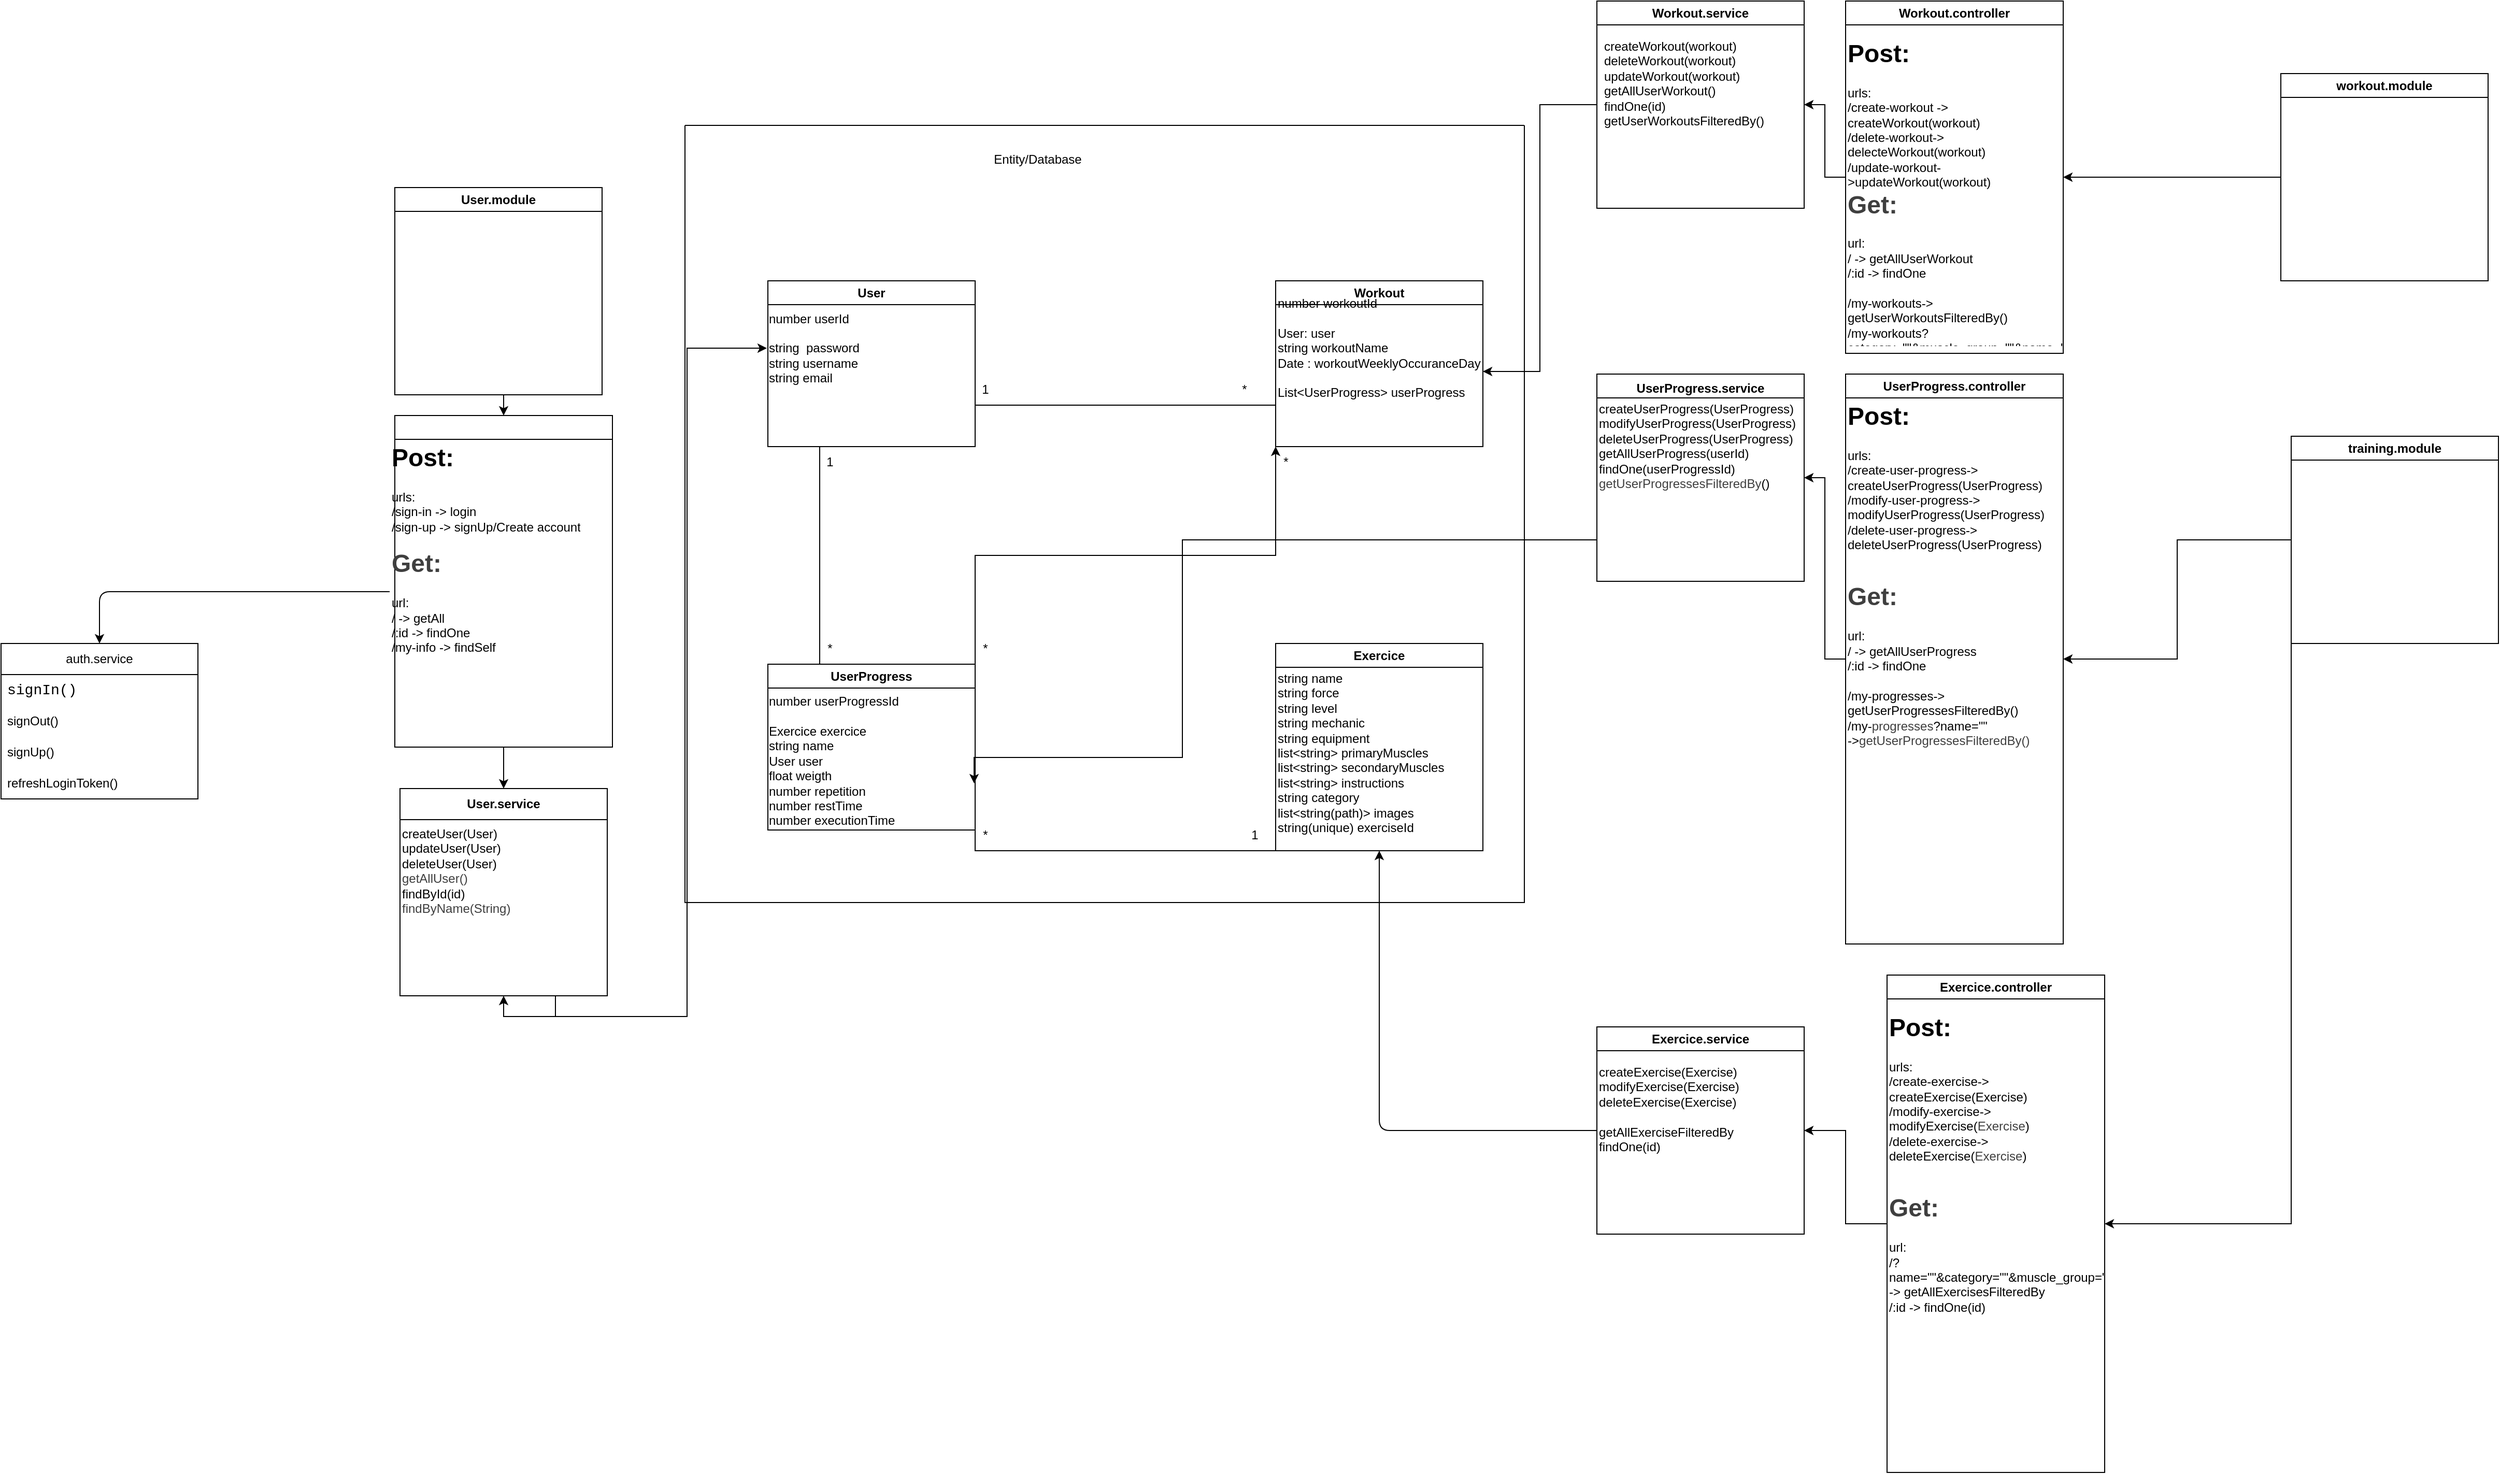
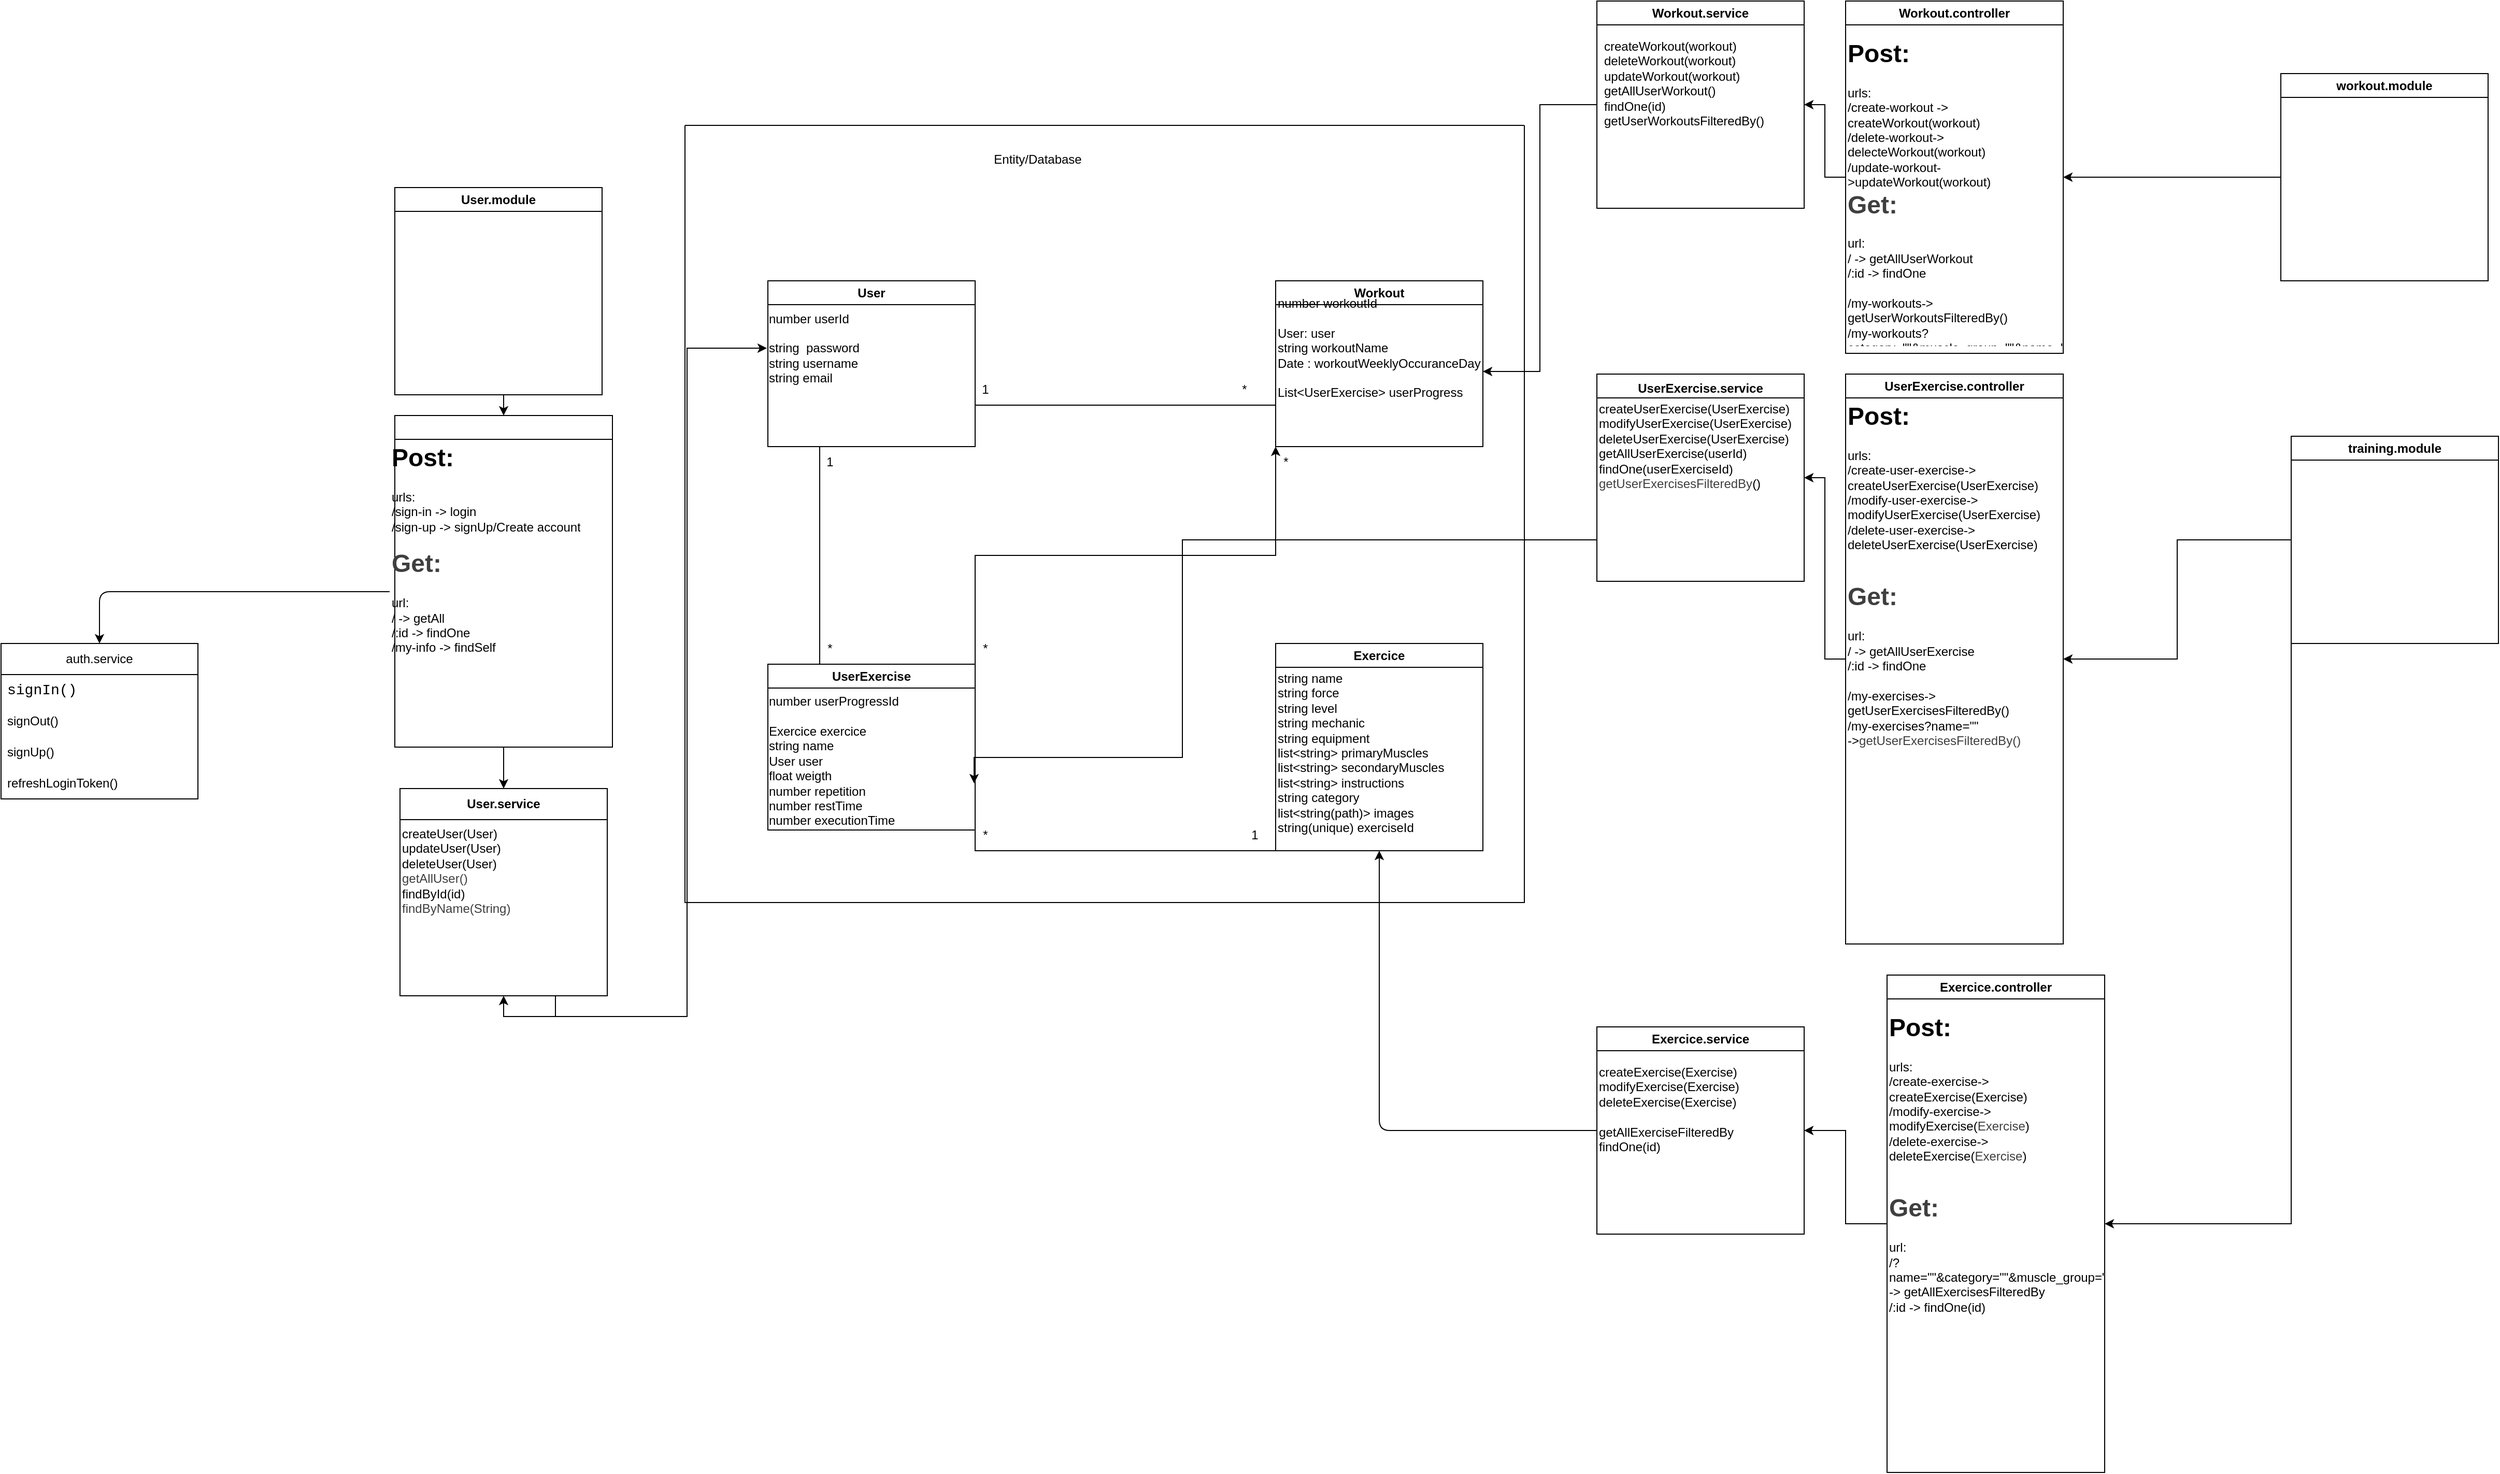
<mxfile host="65bd71144e" pages="2">
    <diagram name="diagramme de classe" id="f1yAM5DfKGLaTx1Gfc8v">
-         <mxGraphModel dx="2232" dy="2621" grid="1" gridSize="10" guides="1" tooltips="1" connect="1" arrows="1" fold="1" page="1" pageScale="1" pageWidth="850" pageHeight="1100" background="#FFFFFF" math="0" shadow="0">
+         <mxGraphModel dx="2241" dy="2684" grid="1" gridSize="10" guides="1" tooltips="1" connect="1" arrows="1" fold="1" page="1" pageScale="1" pageWidth="850" pageHeight="1100" background="#FFFFFF" math="0" shadow="0">
            <root>
                <mxCell id="0"/>
                <mxCell id="1" parent="0"/>
                <mxCell id="54ykkY1KujX23bqlJ3_W-41" style="edgeStyle=orthogonalEdgeStyle;rounded=0;orthogonalLoop=1;jettySize=auto;html=1;exitX=0.25;exitY=1;exitDx=0;exitDy=0;entryX=0.25;entryY=0;entryDx=0;entryDy=0;endArrow=none;endFill=0;" parent="1" source="54ykkY1KujX23bqlJ3_W-2" target="54ykkY1KujX23bqlJ3_W-24" edge="1">
                    <mxGeometry relative="1" as="geometry"/>
                </mxCell>
                <mxCell id="54ykkY1KujX23bqlJ3_W-2" value="User" style="swimlane;whiteSpace=wrap;html=1;" parent="1" vertex="1">
                    <mxGeometry x="-730" y="-1910" width="200" height="160" as="geometry"/>
                </mxCell>
                <mxCell id="54ykkY1KujX23bqlJ3_W-21" value="number userId&lt;div&gt;&lt;br&gt;&lt;/div&gt;&lt;div&gt;string&amp;nbsp; password&lt;/div&gt;&lt;div&gt;string username&lt;/div&gt;&lt;div&gt;string email&lt;/div&gt;" style="text;html=1;whiteSpace=wrap;strokeColor=none;fillColor=none;align=left;verticalAlign=middle;rounded=0;" parent="54ykkY1KujX23bqlJ3_W-2" vertex="1">
                    <mxGeometry x="-1" y="20" width="200" height="90" as="geometry"/>
                </mxCell>
                <mxCell id="54ykkY1KujX23bqlJ3_W-38" style="edgeStyle=orthogonalEdgeStyle;rounded=0;orthogonalLoop=1;jettySize=auto;html=1;exitX=0;exitY=0.75;exitDx=0;exitDy=0;entryX=1;entryY=0.75;entryDx=0;entryDy=0;endArrow=none;endFill=0;" parent="1" source="54ykkY1KujX23bqlJ3_W-22" target="54ykkY1KujX23bqlJ3_W-2" edge="1">
                    <mxGeometry relative="1" as="geometry"/>
                </mxCell>
                <mxCell id="54ykkY1KujX23bqlJ3_W-22" value="Workout" style="swimlane;whiteSpace=wrap;html=1;" parent="1" vertex="1">
                    <mxGeometry x="-240" y="-1910" width="200" height="160" as="geometry"/>
                </mxCell>
                <mxCell id="54ykkY1KujX23bqlJ3_W-35" style="edgeStyle=orthogonalEdgeStyle;rounded=0;orthogonalLoop=1;jettySize=auto;html=1;exitX=1;exitY=1;exitDx=0;exitDy=0;entryX=0;entryY=1;entryDx=0;entryDy=0;endArrow=none;endFill=0;" parent="1" source="54ykkY1KujX23bqlJ3_W-24" target="54ykkY1KujX23bqlJ3_W-26" edge="1">
                    <mxGeometry relative="1" as="geometry"/>
                </mxCell>
                <mxCell id="IGrDSQsmr267pbq8MyPN-1" style="edgeStyle=orthogonalEdgeStyle;rounded=0;orthogonalLoop=1;jettySize=auto;html=1;exitX=1;exitY=0;exitDx=0;exitDy=0;entryX=0;entryY=1;entryDx=0;entryDy=0;" parent="1" source="54ykkY1KujX23bqlJ3_W-24" target="54ykkY1KujX23bqlJ3_W-22" edge="1">
                    <mxGeometry relative="1" as="geometry"/>
                </mxCell>
-                 <mxCell id="54ykkY1KujX23bqlJ3_W-24" value="UserProgress" style="swimlane;whiteSpace=wrap;html=1;" parent="1" vertex="1">
+                 <mxCell id="54ykkY1KujX23bqlJ3_W-24" value="UserExercise" style="swimlane;whiteSpace=wrap;html=1;" parent="1" vertex="1">
                    <mxGeometry x="-730" y="-1540" width="200" height="160" as="geometry"/>
                </mxCell>
                <mxCell id="54ykkY1KujX23bqlJ3_W-36" value="*" style="text;html=1;whiteSpace=wrap;strokeColor=none;fillColor=none;align=center;verticalAlign=middle;rounded=0;" parent="1" vertex="1">
                    <mxGeometry x="-550" y="-1390" width="60" height="30" as="geometry"/>
                </mxCell>
                <mxCell id="54ykkY1KujX23bqlJ3_W-37" value="1" style="text;html=1;whiteSpace=wrap;strokeColor=none;fillColor=none;align=center;verticalAlign=middle;rounded=0;" parent="1" vertex="1">
                    <mxGeometry x="-290" y="-1390" width="60" height="30" as="geometry"/>
                </mxCell>
                <mxCell id="54ykkY1KujX23bqlJ3_W-39" value="*" style="text;html=1;whiteSpace=wrap;strokeColor=none;fillColor=none;align=center;verticalAlign=middle;rounded=0;" parent="1" vertex="1">
                    <mxGeometry x="-300" y="-1820" width="60" height="30" as="geometry"/>
                </mxCell>
                <mxCell id="54ykkY1KujX23bqlJ3_W-40" value="1" style="text;html=1;whiteSpace=wrap;strokeColor=none;fillColor=none;align=center;verticalAlign=middle;rounded=0;" parent="1" vertex="1">
                    <mxGeometry x="-550" y="-1820" width="60" height="30" as="geometry"/>
                </mxCell>
                <mxCell id="54ykkY1KujX23bqlJ3_W-42" value="1" style="text;html=1;whiteSpace=wrap;strokeColor=none;fillColor=none;align=center;verticalAlign=middle;rounded=0;" parent="1" vertex="1">
                    <mxGeometry x="-700" y="-1750" width="60" height="30" as="geometry"/>
                </mxCell>
                <mxCell id="54ykkY1KujX23bqlJ3_W-43" value="*" style="text;html=1;whiteSpace=wrap;strokeColor=none;fillColor=none;align=center;verticalAlign=middle;rounded=0;" parent="1" vertex="1">
                    <mxGeometry x="-700" y="-1570" width="60" height="30" as="geometry"/>
                </mxCell>
                <mxCell id="IGrDSQsmr267pbq8MyPN-2" value="*" style="text;html=1;whiteSpace=wrap;strokeColor=none;fillColor=none;align=center;verticalAlign=middle;rounded=0;" parent="1" vertex="1">
                    <mxGeometry x="-550" y="-1570" width="60" height="30" as="geometry"/>
                </mxCell>
                <mxCell id="IGrDSQsmr267pbq8MyPN-3" value="*" style="text;html=1;whiteSpace=wrap;strokeColor=none;fillColor=none;align=center;verticalAlign=middle;rounded=0;" parent="1" vertex="1">
                    <mxGeometry x="-260" y="-1750" width="60" height="30" as="geometry"/>
                </mxCell>
                <mxCell id="rP29Da8wknlB-ixG0lde-15" style="edgeStyle=orthogonalEdgeStyle;rounded=0;orthogonalLoop=1;jettySize=auto;html=1;exitX=0.5;exitY=1;exitDx=0;exitDy=0;entryX=0.5;entryY=0;entryDx=0;entryDy=0;" parent="1" source="rP29Da8wknlB-ixG0lde-6" target="rP29Da8wknlB-ixG0lde-9" edge="1">
                    <mxGeometry relative="1" as="geometry"/>
                </mxCell>
                <mxCell id="rP29Da8wknlB-ixG0lde-6" value="User.module" style="swimlane;whiteSpace=wrap;html=1;" parent="1" vertex="1">
                    <mxGeometry x="-1090" y="-2000" width="200" height="200" as="geometry"/>
                </mxCell>
                <mxCell id="DawH9yrtN17S0lsIlcgT-5" style="edgeStyle=orthogonalEdgeStyle;rounded=0;orthogonalLoop=1;jettySize=auto;html=1;exitX=0;exitY=0.5;exitDx=0;exitDy=0;entryX=1;entryY=0.5;entryDx=0;entryDy=0;" parent="1" source="rP29Da8wknlB-ixG0lde-7" target="DawH9yrtN17S0lsIlcgT-2" edge="1">
                    <mxGeometry relative="1" as="geometry"/>
                </mxCell>
                <mxCell id="DawH9yrtN17S0lsIlcgT-6" style="edgeStyle=orthogonalEdgeStyle;rounded=0;orthogonalLoop=1;jettySize=auto;html=1;exitX=0;exitY=1;exitDx=0;exitDy=0;entryX=1;entryY=0.5;entryDx=0;entryDy=0;" parent="1" source="rP29Da8wknlB-ixG0lde-7" target="DawH9yrtN17S0lsIlcgT-3" edge="1">
                    <mxGeometry relative="1" as="geometry"/>
                </mxCell>
                <mxCell id="rP29Da8wknlB-ixG0lde-7" value="&lt;div&gt;training.module&lt;/div&gt;" style="swimlane;whiteSpace=wrap;html=1;" parent="1" vertex="1">
                    <mxGeometry x="740" y="-1760" width="200" height="200" as="geometry"/>
                </mxCell>
                <mxCell id="rP29Da8wknlB-ixG0lde-17" style="edgeStyle=orthogonalEdgeStyle;rounded=0;orthogonalLoop=1;jettySize=auto;html=1;exitX=0.5;exitY=1;exitDx=0;exitDy=0;entryX=0.5;entryY=0;entryDx=0;entryDy=0;" parent="1" source="rP29Da8wknlB-ixG0lde-9" target="rP29Da8wknlB-ixG0lde-10" edge="1">
                    <mxGeometry relative="1" as="geometry"/>
                </mxCell>
                <mxCell id="rP29Da8wknlB-ixG0lde-9" value="" style="swimlane;whiteSpace=wrap;html=1;" parent="1" vertex="1">
                    <mxGeometry x="-1090" y="-1780" width="210" height="320" as="geometry"/>
                </mxCell>
-                 <mxCell id="19" value="&lt;h1 style=&quot;margin-top: 0px;&quot;&gt;Post:&lt;/h1&gt;&lt;div&gt;urls:&amp;nbsp;&lt;/div&gt;&lt;div&gt;/sign-in -&amp;gt; login&lt;/div&gt;&lt;div&gt;/sign-up -&amp;gt; signUp/Create account&lt;/div&gt;&lt;div&gt;&lt;br&gt;&lt;/div&gt;&lt;div&gt;&lt;h1 style=&quot;color: rgb(63, 63, 63); scrollbar-color: rgb(226, 226, 226) rgb(251, 251, 251); margin-top: 0px;&quot;&gt;Get:&lt;/h1&gt;&lt;/div&gt;&lt;div&gt;url:&lt;/div&gt;&lt;div&gt;/ -&amp;gt; getAll&lt;/div&gt;&lt;div&gt;/:id -&amp;gt; findOne&lt;/div&gt;&lt;div&gt;/my-info -&amp;gt; findSelf&lt;/div&gt;" style="text;html=1;whiteSpace=wrap;overflow=hidden;rounded=0;" vertex="1" parent="rP29Da8wknlB-ixG0lde-9">
+                 <mxCell id="19" value="&lt;h1 style=&quot;margin-top: 0px;&quot;&gt;Post:&lt;/h1&gt;&lt;div&gt;urls:&amp;nbsp;&lt;/div&gt;&lt;div&gt;/sign-in -&amp;gt; login&lt;/div&gt;&lt;div&gt;/sign-up -&amp;gt; signUp/Create account&lt;/div&gt;&lt;div&gt;&lt;br&gt;&lt;/div&gt;&lt;div&gt;&lt;h1 style=&quot;color: rgb(63, 63, 63); scrollbar-color: rgb(226, 226, 226) rgb(251, 251, 251); margin-top: 0px;&quot;&gt;Get:&lt;/h1&gt;&lt;/div&gt;&lt;div&gt;url:&lt;/div&gt;&lt;div&gt;/ -&amp;gt; getAll&lt;/div&gt;&lt;div&gt;/:id -&amp;gt; findOne&lt;/div&gt;&lt;div&gt;/my-info -&amp;gt; findSelf&lt;/div&gt;" style="text;html=1;whiteSpace=wrap;overflow=hidden;rounded=0;" parent="rP29Da8wknlB-ixG0lde-9" vertex="1">
                    <mxGeometry x="-5" y="20" width="210" height="300" as="geometry"/>
                </mxCell>
                <mxCell id="rP29Da8wknlB-ixG0lde-13" style="edgeStyle=orthogonalEdgeStyle;rounded=0;orthogonalLoop=1;jettySize=auto;html=1;exitX=0.75;exitY=1;exitDx=0;exitDy=0;entryX=0;entryY=0.5;entryDx=0;entryDy=0;" parent="1" source="rP29Da8wknlB-ixG0lde-10" target="54ykkY1KujX23bqlJ3_W-21" edge="1">
                    <mxGeometry relative="1" as="geometry"/>
                </mxCell>
                <mxCell id="rP29Da8wknlB-ixG0lde-10" value="User.service" style="swimlane;whiteSpace=wrap;html=1;startSize=30;" parent="1" vertex="1">
                    <mxGeometry x="-1085" y="-1420" width="200" height="200" as="geometry"/>
                </mxCell>
-                 <mxCell id="9" value="createUser(User)&lt;div&gt;&lt;font color=&quot;#000000&quot;&gt;updateUser(User)&lt;/font&gt;&lt;/div&gt;&lt;div&gt;&lt;font color=&quot;#000000&quot;&gt;deleteUser(User)&lt;/font&gt;&lt;/div&gt;&lt;div&gt;&lt;div style=&quot;color: rgb(63, 63, 63); scrollbar-color: rgb(226, 226, 226) rgb(251, 251, 251);&quot;&gt;getAllUser()&lt;/div&gt;&lt;div&gt;findById(id)&lt;/div&gt;&lt;div&gt;&lt;span style=&quot;color: rgb(63, 63, 63); background-color: transparent;&quot;&gt;findByName(String)&lt;/span&gt;&lt;/div&gt;&lt;div&gt;&lt;br&gt;&lt;/div&gt;&lt;/div&gt;" style="text;html=1;align=left;verticalAlign=top;whiteSpace=wrap;rounded=0;" vertex="1" parent="rP29Da8wknlB-ixG0lde-10">
+                 <mxCell id="9" value="createUser(User)&lt;div&gt;&lt;font color=&quot;#000000&quot;&gt;updateUser(User)&lt;/font&gt;&lt;/div&gt;&lt;div&gt;&lt;font color=&quot;#000000&quot;&gt;deleteUser(User)&lt;/font&gt;&lt;/div&gt;&lt;div&gt;&lt;div style=&quot;color: rgb(63, 63, 63); scrollbar-color: rgb(226, 226, 226) rgb(251, 251, 251);&quot;&gt;getAllUser()&lt;/div&gt;&lt;div&gt;findById(id)&lt;/div&gt;&lt;div&gt;&lt;span style=&quot;color: rgb(63, 63, 63); background-color: transparent;&quot;&gt;findByName(String)&lt;/span&gt;&lt;/div&gt;&lt;div&gt;&lt;br&gt;&lt;/div&gt;&lt;/div&gt;" style="text;html=1;align=left;verticalAlign=top;whiteSpace=wrap;rounded=0;" parent="rP29Da8wknlB-ixG0lde-10" vertex="1">
                    <mxGeometry y="30" width="200" height="170" as="geometry"/>
                </mxCell>
                <mxCell id="rP29Da8wknlB-ixG0lde-14" style="edgeStyle=orthogonalEdgeStyle;rounded=0;orthogonalLoop=1;jettySize=auto;html=1;exitX=0.75;exitY=1;exitDx=0;exitDy=0;entryX=0.5;entryY=1;entryDx=0;entryDy=0;" parent="1" source="rP29Da8wknlB-ixG0lde-10" target="rP29Da8wknlB-ixG0lde-10" edge="1">
                    <mxGeometry relative="1" as="geometry"/>
                </mxCell>
                <mxCell id="DawH9yrtN17S0lsIlcgT-12" style="edgeStyle=orthogonalEdgeStyle;rounded=0;orthogonalLoop=1;jettySize=auto;html=1;exitX=0;exitY=0.5;exitDx=0;exitDy=0;entryX=1;entryY=0.5;entryDx=0;entryDy=0;" parent="1" source="DawH9yrtN17S0lsIlcgT-1" target="DawH9yrtN17S0lsIlcgT-7" edge="1">
                    <mxGeometry relative="1" as="geometry"/>
                </mxCell>
                <mxCell id="DawH9yrtN17S0lsIlcgT-1" value="&lt;div&gt;Workout.controller&lt;/div&gt;" style="swimlane;whiteSpace=wrap;html=1;" parent="1" vertex="1">
                    <mxGeometry x="310" y="-2180" width="210" height="340" as="geometry"/>
                </mxCell>
-                 <mxCell id="24" value="&lt;h1 style=&quot;margin-top: 0px;&quot;&gt;Post:&lt;/h1&gt;&lt;div&gt;urls:&amp;nbsp;&lt;/div&gt;&lt;div&gt;/create-workout -&amp;gt; createWorkout(workout)&lt;/div&gt;&lt;div&gt;/delete-workout-&amp;gt;&lt;/div&gt;&lt;div&gt;delecteWorkout(workout)&lt;/div&gt;&lt;div&gt;/update-workout-&amp;gt;updateWorkout(workout)&lt;/div&gt;&lt;div&gt;&lt;h1 style=&quot;color: rgb(63, 63, 63); scrollbar-color: rgb(226, 226, 226) rgb(251, 251, 251); margin-top: 0px;&quot;&gt;Get:&lt;/h1&gt;&lt;/div&gt;&lt;div&gt;url:&lt;/div&gt;&lt;div&gt;/ -&amp;gt; getAllUserWorkout&lt;/div&gt;&lt;div&gt;/:id -&amp;gt; findOne&lt;/div&gt;&lt;div&gt;&lt;br&gt;&lt;/div&gt;&lt;div&gt;/my-workouts-&amp;gt; getUserWorkoutsFilteredBy()&lt;/div&gt;&lt;div&gt;/my-workouts?category=&quot;&quot;&amp;amp;muscle_group=&quot;&quot;&amp;amp;name=&quot;&quot;&lt;/div&gt;&lt;div&gt;-&amp;gt;&lt;span style=&quot;color: rgb(63, 63, 63); background-color: transparent;&quot;&gt;getUserWorkoutsFilteredBy()&lt;/span&gt;&lt;/div&gt;" style="text;html=1;whiteSpace=wrap;overflow=hidden;rounded=0;" vertex="1" parent="DawH9yrtN17S0lsIlcgT-1">
+                 <mxCell id="24" value="&lt;h1 style=&quot;margin-top: 0px;&quot;&gt;Post:&lt;/h1&gt;&lt;div&gt;urls:&amp;nbsp;&lt;/div&gt;&lt;div&gt;/create-workout -&amp;gt; createWorkout(workout)&lt;/div&gt;&lt;div&gt;/delete-workout-&amp;gt;&lt;/div&gt;&lt;div&gt;delecteWorkout(workout)&lt;/div&gt;&lt;div&gt;/update-workout-&amp;gt;updateWorkout(workout)&lt;/div&gt;&lt;div&gt;&lt;h1 style=&quot;color: rgb(63, 63, 63); scrollbar-color: rgb(226, 226, 226) rgb(251, 251, 251); margin-top: 0px;&quot;&gt;Get:&lt;/h1&gt;&lt;/div&gt;&lt;div&gt;url:&lt;/div&gt;&lt;div&gt;/ -&amp;gt; getAllUserWorkout&lt;/div&gt;&lt;div&gt;/:id -&amp;gt; findOne&lt;/div&gt;&lt;div&gt;&lt;br&gt;&lt;/div&gt;&lt;div&gt;/my-workouts-&amp;gt; getUserWorkoutsFilteredBy()&lt;/div&gt;&lt;div&gt;/my-workouts?category=&quot;&quot;&amp;amp;muscle_group=&quot;&quot;&amp;amp;name=&quot;&quot;&lt;/div&gt;&lt;div&gt;-&amp;gt;&lt;span style=&quot;color: rgb(63, 63, 63); background-color: transparent;&quot;&gt;getUserWorkoutsFilteredBy()&lt;/span&gt;&lt;/div&gt;" style="text;html=1;whiteSpace=wrap;overflow=hidden;rounded=0;" parent="DawH9yrtN17S0lsIlcgT-1" vertex="1">
                    <mxGeometry y="30" width="210" height="300" as="geometry"/>
                </mxCell>
                <mxCell id="DawH9yrtN17S0lsIlcgT-13" style="edgeStyle=orthogonalEdgeStyle;rounded=0;orthogonalLoop=1;jettySize=auto;html=1;exitX=0;exitY=0.5;exitDx=0;exitDy=0;entryX=1;entryY=0.5;entryDx=0;entryDy=0;" parent="1" source="DawH9yrtN17S0lsIlcgT-2" target="DawH9yrtN17S0lsIlcgT-8" edge="1">
                    <mxGeometry relative="1" as="geometry"/>
                </mxCell>
-                 <mxCell id="DawH9yrtN17S0lsIlcgT-2" value="&lt;div&gt;UserProgress.controller&lt;/div&gt;" style="swimlane;whiteSpace=wrap;html=1;" parent="1" vertex="1">
+                 <mxCell id="DawH9yrtN17S0lsIlcgT-2" value="&lt;div&gt;UserExercise.controller&lt;/div&gt;" style="swimlane;whiteSpace=wrap;html=1;" parent="1" vertex="1">
                    <mxGeometry x="310" y="-1820" width="210" height="550" as="geometry"/>
                </mxCell>
-                 <mxCell id="31" value="&lt;h1 style=&quot;margin-top: 0px;&quot;&gt;Post:&lt;/h1&gt;&lt;div&gt;urls:&amp;nbsp;&lt;/div&gt;&lt;div&gt;/create-user-progress-&amp;gt; createUserProgress(UserProgress)&lt;/div&gt;&lt;div&gt;/modify-user-progress-&amp;gt;&lt;/div&gt;&lt;div&gt;modifyUserProgress(UserProgress)&lt;/div&gt;&lt;div&gt;/delete-user-progress-&amp;gt;&lt;/div&gt;&lt;div&gt;deleteUserProgress(UserProgress)&lt;/div&gt;&lt;div&gt;&lt;br&gt;&lt;/div&gt;&lt;div&gt;&lt;br&gt;&lt;/div&gt;&lt;div&gt;&lt;h1 style=&quot;color: rgb(63, 63, 63); scrollbar-color: rgb(226, 226, 226) rgb(251, 251, 251); margin-top: 0px;&quot;&gt;Get:&lt;/h1&gt;&lt;/div&gt;&lt;div&gt;url:&lt;/div&gt;&lt;div&gt;/ -&amp;gt; getAllUserProgress&lt;/div&gt;&lt;div&gt;/:id -&amp;gt; findOne&lt;/div&gt;&lt;div&gt;&lt;br&gt;&lt;/div&gt;&lt;div&gt;/my-progresses-&amp;gt; getUserProgressesFilteredBy()&lt;/div&gt;&lt;div&gt;/my-&lt;span style=&quot;color: rgb(63, 63, 63);&quot;&gt;progresses&lt;/span&gt;?name=&quot;&quot;&lt;/div&gt;&lt;div&gt;-&amp;gt;&lt;span style=&quot;color: rgb(63, 63, 63); background-color: transparent;&quot;&gt;&lt;span style=&quot;color: rgb(63, 63, 63);&quot;&gt;getUserProgressesFilteredBy&lt;/span&gt;()&lt;/span&gt;&lt;/div&gt;" style="text;html=1;whiteSpace=wrap;overflow=hidden;rounded=0;" vertex="1" parent="DawH9yrtN17S0lsIlcgT-2">
+                 <mxCell id="31" value="&lt;h1 style=&quot;margin-top: 0px;&quot;&gt;Post:&lt;/h1&gt;&lt;div&gt;urls:&amp;nbsp;&lt;/div&gt;&lt;div&gt;/create-user-exercise-&amp;gt; createUserExercise(UserExercise)&lt;/div&gt;&lt;div&gt;/modify-user-exercise-&amp;gt;&lt;/div&gt;&lt;div&gt;modifyUserExercise(UserExercise)&lt;/div&gt;&lt;div&gt;/delete-user-exercise-&amp;gt;&lt;/div&gt;&lt;div&gt;deleteUserExercise(UserExercise)&lt;/div&gt;&lt;div&gt;&lt;br&gt;&lt;/div&gt;&lt;div&gt;&lt;br&gt;&lt;/div&gt;&lt;div&gt;&lt;h1 style=&quot;color: rgb(63, 63, 63); scrollbar-color: rgb(226, 226, 226) rgb(251, 251, 251); margin-top: 0px;&quot;&gt;Get:&lt;/h1&gt;&lt;/div&gt;&lt;div&gt;url:&lt;/div&gt;&lt;div&gt;/ -&amp;gt; getAllUserExercise&lt;/div&gt;&lt;div&gt;/:id -&amp;gt; findOne&lt;/div&gt;&lt;div&gt;&lt;br&gt;&lt;/div&gt;&lt;div&gt;/my-exercises-&amp;gt; getUserExercisesFilteredBy()&lt;/div&gt;&lt;div&gt;/my-exercises?name=&quot;&quot;&lt;/div&gt;&lt;div&gt;-&amp;gt;&lt;span style=&quot;color: rgb(63, 63, 63); background-color: transparent;&quot;&gt;&lt;span style=&quot;color: rgb(63, 63, 63);&quot;&gt;getUserExercisesFilteredBy&lt;/span&gt;()&lt;/span&gt;&lt;/div&gt;" style="text;html=1;whiteSpace=wrap;overflow=hidden;rounded=0;" parent="DawH9yrtN17S0lsIlcgT-2" vertex="1">
                    <mxGeometry y="20" width="210" height="530" as="geometry"/>
                </mxCell>
                <mxCell id="DawH9yrtN17S0lsIlcgT-14" style="edgeStyle=orthogonalEdgeStyle;rounded=0;orthogonalLoop=1;jettySize=auto;html=1;exitX=0;exitY=0.5;exitDx=0;exitDy=0;entryX=1;entryY=0.5;entryDx=0;entryDy=0;" parent="1" source="DawH9yrtN17S0lsIlcgT-3" target="DawH9yrtN17S0lsIlcgT-9" edge="1">
                    <mxGeometry relative="1" as="geometry"/>
                </mxCell>
                <mxCell id="DawH9yrtN17S0lsIlcgT-3" value="Exercice.controller" style="swimlane;whiteSpace=wrap;html=1;" parent="1" vertex="1">
                    <mxGeometry x="350" y="-1240" width="210" height="480" as="geometry"/>
                </mxCell>
-                 <mxCell id="32" value="&lt;h1 style=&quot;margin-top: 0px;&quot;&gt;Post:&lt;/h1&gt;&lt;div&gt;urls:&amp;nbsp;&lt;/div&gt;&lt;div&gt;/create-exercise-&amp;gt; createExercise(Exercise)&lt;/div&gt;&lt;div&gt;/modify-exercise-&amp;gt;&lt;/div&gt;&lt;div&gt;modifyExercise(&lt;span style=&quot;color: rgb(63, 63, 63);&quot;&gt;Exercise&lt;/span&gt;)&lt;/div&gt;&lt;div&gt;/delete-exercise-&amp;gt;&lt;/div&gt;&lt;div&gt;deleteExercise(&lt;span style=&quot;color: rgb(63, 63, 63);&quot;&gt;Exercise&lt;/span&gt;)&lt;/div&gt;&lt;div&gt;&lt;br&gt;&lt;/div&gt;&lt;div&gt;&lt;br&gt;&lt;/div&gt;&lt;div&gt;&lt;h1 style=&quot;color: rgb(63, 63, 63); scrollbar-color: rgb(226, 226, 226) rgb(251, 251, 251); margin-top: 0px;&quot;&gt;Get:&lt;/h1&gt;&lt;/div&gt;&lt;div&gt;url:&lt;/div&gt;&lt;div&gt;/?name=&quot;&quot;&amp;amp;category=&quot;&quot;&amp;amp;muscle_group=&quot;&quot; -&amp;gt; getAllExercisesFilteredBy&lt;/div&gt;&lt;div&gt;/:id -&amp;gt; findOne(id)&lt;/div&gt;&lt;div&gt;&lt;br&gt;&lt;/div&gt;&lt;div&gt;&lt;br&gt;&lt;/div&gt;" style="text;html=1;whiteSpace=wrap;overflow=hidden;rounded=0;" vertex="1" parent="DawH9yrtN17S0lsIlcgT-3">
+                 <mxCell id="32" value="&lt;h1 style=&quot;margin-top: 0px;&quot;&gt;Post:&lt;/h1&gt;&lt;div&gt;urls:&amp;nbsp;&lt;/div&gt;&lt;div&gt;/create-exercise-&amp;gt; createExercise(Exercise)&lt;/div&gt;&lt;div&gt;/modify-exercise-&amp;gt;&lt;/div&gt;&lt;div&gt;modifyExercise(&lt;span style=&quot;color: rgb(63, 63, 63);&quot;&gt;Exercise&lt;/span&gt;)&lt;/div&gt;&lt;div&gt;/delete-exercise-&amp;gt;&lt;/div&gt;&lt;div&gt;deleteExercise(&lt;span style=&quot;color: rgb(63, 63, 63);&quot;&gt;Exercise&lt;/span&gt;)&lt;/div&gt;&lt;div&gt;&lt;br&gt;&lt;/div&gt;&lt;div&gt;&lt;br&gt;&lt;/div&gt;&lt;div&gt;&lt;h1 style=&quot;color: rgb(63, 63, 63); scrollbar-color: rgb(226, 226, 226) rgb(251, 251, 251); margin-top: 0px;&quot;&gt;Get:&lt;/h1&gt;&lt;/div&gt;&lt;div&gt;url:&lt;/div&gt;&lt;div&gt;/?name=&quot;&quot;&amp;amp;category=&quot;&quot;&amp;amp;muscle_group=&quot;&quot; -&amp;gt; getAllExercisesFilteredBy&lt;/div&gt;&lt;div&gt;/:id -&amp;gt; findOne(id)&lt;/div&gt;&lt;div&gt;&lt;br&gt;&lt;/div&gt;&lt;div&gt;&lt;br&gt;&lt;/div&gt;" style="text;html=1;whiteSpace=wrap;overflow=hidden;rounded=0;" parent="DawH9yrtN17S0lsIlcgT-3" vertex="1">
                    <mxGeometry y="30" width="210" height="360" as="geometry"/>
                </mxCell>
                <mxCell id="DawH9yrtN17S0lsIlcgT-16" style="edgeStyle=orthogonalEdgeStyle;rounded=0;orthogonalLoop=1;jettySize=auto;html=1;exitX=0;exitY=0.5;exitDx=0;exitDy=0;entryX=1;entryY=0.75;entryDx=0;entryDy=0;" parent="1" source="DawH9yrtN17S0lsIlcgT-7" target="54ykkY1KujX23bqlJ3_W-23" edge="1">
                    <mxGeometry relative="1" as="geometry"/>
                </mxCell>
                <mxCell id="DawH9yrtN17S0lsIlcgT-7" value="&lt;div&gt;Workout.service&lt;/div&gt;" style="swimlane;whiteSpace=wrap;html=1;" parent="1" vertex="1">
                    <mxGeometry x="70" y="-2180" width="200" height="200" as="geometry"/>
                </mxCell>
-                 <mxCell id="26" value="createWorkout(workout)&lt;div&gt;&lt;font color=&quot;#000000&quot;&gt;deleteWorkout(workout)&lt;/font&gt;&lt;/div&gt;&lt;div&gt;&lt;font color=&quot;#000000&quot;&gt;updateWorkout(workout)&lt;br&gt;&lt;/font&gt;&lt;div&gt;getAllUserWorkout()&lt;/div&gt;&lt;div&gt;findOne(id)&lt;/div&gt;&lt;div&gt;getUserWorkoutsFilteredBy()&lt;/div&gt;&lt;div&gt;&lt;br&gt;&lt;/div&gt;&lt;/div&gt;" style="text;html=1;align=left;verticalAlign=top;whiteSpace=wrap;rounded=0;" vertex="1" parent="DawH9yrtN17S0lsIlcgT-7">
+                 <mxCell id="26" value="createWorkout(workout)&lt;div&gt;&lt;font color=&quot;#000000&quot;&gt;deleteWorkout(workout)&lt;/font&gt;&lt;/div&gt;&lt;div&gt;&lt;font color=&quot;#000000&quot;&gt;updateWorkout(workout)&lt;br&gt;&lt;/font&gt;&lt;div&gt;getAllUserWorkout()&lt;/div&gt;&lt;div&gt;findOne(id)&lt;/div&gt;&lt;div&gt;getUserWorkoutsFilteredBy()&lt;/div&gt;&lt;div&gt;&lt;br&gt;&lt;/div&gt;&lt;/div&gt;" style="text;html=1;align=left;verticalAlign=top;whiteSpace=wrap;rounded=0;" parent="DawH9yrtN17S0lsIlcgT-7" vertex="1">
                    <mxGeometry x="5" y="30" width="190" height="170" as="geometry"/>
                </mxCell>
                <mxCell id="DawH9yrtN17S0lsIlcgT-17" style="edgeStyle=orthogonalEdgeStyle;rounded=0;orthogonalLoop=1;jettySize=auto;html=1;exitX=0;exitY=0.5;exitDx=0;exitDy=0;entryX=1;entryY=0.5;entryDx=0;entryDy=0;" parent="1" source="DawH9yrtN17S0lsIlcgT-8" target="54ykkY1KujX23bqlJ3_W-25" edge="1">
                    <mxGeometry relative="1" as="geometry">
                        <Array as="points">
                            <mxPoint x="-330" y="-1660"/>
                            <mxPoint x="-330" y="-1450"/>
                        </Array>
                    </mxGeometry>
                </mxCell>
-                 <mxCell id="DawH9yrtN17S0lsIlcgT-8" value="&lt;div&gt;UserProgress.service&lt;/div&gt;" style="swimlane;whiteSpace=wrap;html=1;verticalAlign=top;" parent="1" vertex="1">
+                 <mxCell id="DawH9yrtN17S0lsIlcgT-8" value="&lt;div&gt;UserExercise.service&lt;/div&gt;" style="swimlane;whiteSpace=wrap;html=1;verticalAlign=top;" parent="1" vertex="1">
                    <mxGeometry x="70" y="-1820" width="200" height="200" as="geometry"/>
                </mxCell>
-                 <mxCell id="28" value="createUserProgress(UserProgress)&lt;div&gt;modifyUserProgress(UserProgress)&lt;/div&gt;&lt;div&gt;deleteUserProgress(UserProgress)&lt;/div&gt;&lt;div&gt;getAllUserProgress(userId)&lt;/div&gt;&lt;div&gt;findOne(userProgressId)&lt;/div&gt;&lt;div&gt;&lt;span style=&quot;color: rgb(63, 63, 63); background-color: transparent;&quot;&gt;getUserProgressesFilteredBy&lt;/span&gt;()&lt;/div&gt;&lt;div&gt;&lt;br&gt;&lt;/div&gt;&lt;div&gt;&lt;br&gt;&lt;/div&gt;" style="text;html=1;align=left;verticalAlign=top;whiteSpace=wrap;rounded=0;" vertex="1" parent="DawH9yrtN17S0lsIlcgT-8">
+                 <mxCell id="28" value="createUserExercise(UserExercise)&lt;div&gt;modifyUserExercise(UserExercise)&lt;/div&gt;&lt;div&gt;deleteUserExercise(UserExercise)&lt;/div&gt;&lt;div&gt;getAllUserExercise(userId)&lt;/div&gt;&lt;div&gt;findOne(userExerciseId)&lt;/div&gt;&lt;div&gt;&lt;span style=&quot;color: rgb(63, 63, 63); background-color: transparent;&quot;&gt;getUserExercisesFilteredBy&lt;/span&gt;()&lt;/div&gt;&lt;div&gt;&lt;br&gt;&lt;/div&gt;&lt;div&gt;&lt;br&gt;&lt;/div&gt;" style="text;html=1;align=left;verticalAlign=top;whiteSpace=wrap;rounded=0;" parent="DawH9yrtN17S0lsIlcgT-8" vertex="1">
                    <mxGeometry y="20" width="200" height="180" as="geometry"/>
                </mxCell>
-                 <mxCell id="29" style="edgeStyle=none;html=1;entryX=0.5;entryY=1;entryDx=0;entryDy=0;" edge="1" parent="1" source="DawH9yrtN17S0lsIlcgT-9" target="54ykkY1KujX23bqlJ3_W-26">
+                 <mxCell id="29" style="edgeStyle=none;html=1;entryX=0.5;entryY=1;entryDx=0;entryDy=0;" parent="1" source="DawH9yrtN17S0lsIlcgT-9" target="54ykkY1KujX23bqlJ3_W-26" edge="1">
                    <mxGeometry relative="1" as="geometry">
                        <Array as="points">
                            <mxPoint x="-140" y="-1090"/>
                        </Array>
                    </mxGeometry>
                </mxCell>
                <mxCell id="DawH9yrtN17S0lsIlcgT-9" value="Exercice.service" style="swimlane;whiteSpace=wrap;html=1;" parent="1" vertex="1">
                    <mxGeometry x="70" y="-1190" width="200" height="200" as="geometry"/>
                </mxCell>
-                 <mxCell id="34" value="createExercise(Exercise)&lt;div&gt;modifyExercise(Exercise)&lt;/div&gt;&lt;div&gt;deleteExercise(Exercise)&lt;/div&gt;&lt;div&gt;&lt;br&gt;&lt;/div&gt;&lt;div&gt;getAllExerciseFilteredBy&lt;/div&gt;&lt;div&gt;findOne(id)&lt;/div&gt;" style="text;html=1;align=left;verticalAlign=top;whiteSpace=wrap;rounded=0;" vertex="1" parent="DawH9yrtN17S0lsIlcgT-9">
+                 <mxCell id="34" value="createExercise(Exercise)&lt;div&gt;modifyExercise(Exercise)&lt;/div&gt;&lt;div&gt;deleteExercise(Exercise)&lt;/div&gt;&lt;div&gt;&lt;br&gt;&lt;/div&gt;&lt;div&gt;getAllExerciseFilteredBy&lt;/div&gt;&lt;div&gt;findOne(id)&lt;/div&gt;" style="text;html=1;align=left;verticalAlign=top;whiteSpace=wrap;rounded=0;" parent="DawH9yrtN17S0lsIlcgT-9" vertex="1">
                    <mxGeometry y="30" width="200" height="170" as="geometry"/>
                </mxCell>
                <mxCell id="DawH9yrtN17S0lsIlcgT-18" value="" style="swimlane;startSize=0;" parent="1" vertex="1">
                    <mxGeometry x="-810" y="-2060" width="810" height="750" as="geometry"/>
                </mxCell>
-                 <mxCell id="54ykkY1KujX23bqlJ3_W-23" value="&lt;div&gt;number workoutId&lt;/div&gt;&lt;div&gt;&lt;br&gt;&lt;/div&gt;&lt;div&gt;User: user&lt;/div&gt;&lt;div&gt;string workoutName&lt;/div&gt;&lt;div&gt;Date : workoutWeeklyOccuranceDay&lt;/div&gt;&lt;div&gt;&lt;br&gt;&lt;/div&gt;&lt;div&gt;List&amp;lt;UserProgress&amp;gt; userProgress&lt;/div&gt;" style="text;html=1;whiteSpace=wrap;strokeColor=none;fillColor=none;align=left;verticalAlign=middle;rounded=0;" parent="DawH9yrtN17S0lsIlcgT-18" vertex="1">
+                 <mxCell id="54ykkY1KujX23bqlJ3_W-23" value="&lt;div&gt;number workoutId&lt;/div&gt;&lt;div&gt;&lt;br&gt;&lt;/div&gt;&lt;div&gt;User: user&lt;/div&gt;&lt;div&gt;string workoutName&lt;/div&gt;&lt;div&gt;Date : workoutWeeklyOccuranceDay&lt;/div&gt;&lt;div&gt;&lt;br&gt;&lt;/div&gt;&lt;div&gt;List&amp;lt;UserExercise&amp;gt; userProgress&lt;/div&gt;" style="text;html=1;whiteSpace=wrap;strokeColor=none;fillColor=none;align=left;verticalAlign=middle;rounded=0;" parent="DawH9yrtN17S0lsIlcgT-18" vertex="1">
                    <mxGeometry x="570" y="170" width="200" height="90" as="geometry"/>
                </mxCell>
                <mxCell id="54ykkY1KujX23bqlJ3_W-25" value="number userProgressId&lt;div&gt;&lt;br&gt;&lt;/div&gt;&lt;div&gt;Exercice exercice&lt;/div&gt;&lt;div&gt;string name&lt;/div&gt;&lt;div&gt;User user&lt;/div&gt;&lt;div&gt;float weigth&lt;/div&gt;&lt;div&gt;number repetition&lt;/div&gt;&lt;div&gt;number restTime&lt;/div&gt;&lt;div&gt;number executionTime&lt;/div&gt;&lt;div&gt;&lt;br&gt;&lt;/div&gt;&lt;div&gt;&lt;br&gt;&lt;/div&gt;&lt;div&gt;&lt;br&gt;&lt;/div&gt;" style="text;html=1;whiteSpace=wrap;strokeColor=none;fillColor=none;align=left;verticalAlign=middle;rounded=0;" parent="DawH9yrtN17S0lsIlcgT-18" vertex="1">
                    <mxGeometry x="79" y="570" width="200" height="130" as="geometry"/>
                </mxCell>
                <mxCell id="54ykkY1KujX23bqlJ3_W-26" value="Exercice" style="swimlane;whiteSpace=wrap;html=1;" parent="DawH9yrtN17S0lsIlcgT-18" vertex="1">
                    <mxGeometry x="570" y="500" width="200" height="200" as="geometry"/>
                </mxCell>
                <mxCell id="5" value="string name&lt;div&gt;string force&lt;/div&gt;&lt;div&gt;string level&lt;/div&gt;&lt;div&gt;string mechanic&lt;/div&gt;&lt;div&gt;string equipment&lt;/div&gt;&lt;div&gt;list&amp;lt;string&amp;gt; primaryMuscles&lt;/div&gt;&lt;div&gt;list&amp;lt;string&amp;gt; secondaryMuscles&lt;/div&gt;&lt;div&gt;list&amp;lt;string&amp;gt; instructions&lt;/div&gt;&lt;div&gt;string category&lt;/div&gt;&lt;div&gt;list&amp;lt;string(path)&amp;gt; images&lt;/div&gt;&lt;div&gt;string(unique) exerciseId&lt;/div&gt;" style="text;html=1;align=left;verticalAlign=top;whiteSpace=wrap;rounded=0;" parent="54ykkY1KujX23bqlJ3_W-26" vertex="1">
                    <mxGeometry y="20" width="200" height="140" as="geometry"/>
                </mxCell>
                <mxCell id="2" value="Entity/Database" style="text;html=1;align=center;verticalAlign=middle;resizable=0;points=[];autosize=1;strokeColor=none;fillColor=none;" parent="1" vertex="1">
                    <mxGeometry x="-525" y="-2042" width="110" height="30" as="geometry"/>
                </mxCell>
-                 <mxCell id="7" style="edgeStyle=none;html=1;entryX=1;entryY=0.5;entryDx=0;entryDy=0;" edge="1" parent="1" source="6" target="DawH9yrtN17S0lsIlcgT-1">
+                 <mxCell id="7" style="edgeStyle=none;html=1;entryX=1;entryY=0.5;entryDx=0;entryDy=0;" parent="1" source="6" target="DawH9yrtN17S0lsIlcgT-1" edge="1">
                    <mxGeometry relative="1" as="geometry">
                        <mxPoint x="500" y="-1870" as="targetPoint"/>
                        <Array as="points"/>
                    </mxGeometry>
                </mxCell>
-                 <mxCell id="6" value="&lt;div&gt;workout.module&lt;/div&gt;" style="swimlane;whiteSpace=wrap;html=1;" vertex="1" parent="1">
+                 <mxCell id="6" value="&lt;div&gt;workout.module&lt;/div&gt;" style="swimlane;whiteSpace=wrap;html=1;" parent="1" vertex="1">
                    <mxGeometry x="730" y="-2110" width="200" height="200" as="geometry"/>
                </mxCell>
-                 <mxCell id="10" value="auth.service" style="swimlane;fontStyle=0;childLayout=stackLayout;horizontal=1;startSize=30;horizontalStack=0;resizeParent=1;resizeParentMax=0;resizeLast=0;collapsible=1;marginBottom=0;whiteSpace=wrap;html=1;" vertex="1" parent="1">
+                 <mxCell id="10" value="auth.service" style="swimlane;fontStyle=0;childLayout=stackLayout;horizontal=1;startSize=30;horizontalStack=0;resizeParent=1;resizeParentMax=0;resizeLast=0;collapsible=1;marginBottom=0;whiteSpace=wrap;html=1;" parent="1" vertex="1">
                    <mxGeometry x="-1470" y="-1560" width="190" height="150" as="geometry"/>
                </mxCell>
-                 <mxCell id="11" value="&lt;div style=&quot;font-family: Consolas, &amp;quot;Courier New&amp;quot;, monospace; font-size: 14px; line-height: 19px; white-space: pre;&quot;&gt;&lt;span&gt;&lt;font style=&quot;color: rgb(0, 0, 0);&quot;&gt;signIn()&lt;/font&gt;&lt;/span&gt;&lt;/div&gt;" style="text;strokeColor=none;fillColor=none;align=left;verticalAlign=middle;spacingLeft=4;spacingRight=4;overflow=hidden;points=[[0,0.5],[1,0.5]];portConstraint=eastwest;rotatable=0;whiteSpace=wrap;html=1;" vertex="1" parent="10">
+                 <mxCell id="11" value="&lt;div style=&quot;font-family: Consolas, &amp;quot;Courier New&amp;quot;, monospace; font-size: 14px; line-height: 19px; white-space: pre;&quot;&gt;&lt;span&gt;&lt;font style=&quot;color: rgb(0, 0, 0);&quot;&gt;signIn()&lt;/font&gt;&lt;/span&gt;&lt;/div&gt;" style="text;strokeColor=none;fillColor=none;align=left;verticalAlign=middle;spacingLeft=4;spacingRight=4;overflow=hidden;points=[[0,0.5],[1,0.5]];portConstraint=eastwest;rotatable=0;whiteSpace=wrap;html=1;" parent="10" vertex="1">
                    <mxGeometry y="30" width="190" height="30" as="geometry"/>
                </mxCell>
-                 <mxCell id="12" value="signOut()" style="text;strokeColor=none;fillColor=none;align=left;verticalAlign=middle;spacingLeft=4;spacingRight=4;overflow=hidden;points=[[0,0.5],[1,0.5]];portConstraint=eastwest;rotatable=0;whiteSpace=wrap;html=1;" vertex="1" parent="10">
+                 <mxCell id="12" value="signOut()" style="text;strokeColor=none;fillColor=none;align=left;verticalAlign=middle;spacingLeft=4;spacingRight=4;overflow=hidden;points=[[0,0.5],[1,0.5]];portConstraint=eastwest;rotatable=0;whiteSpace=wrap;html=1;" parent="10" vertex="1">
                    <mxGeometry y="60" width="190" height="30" as="geometry"/>
                </mxCell>
-                 <mxCell id="13" value="signUp()" style="text;strokeColor=none;fillColor=none;align=left;verticalAlign=middle;spacingLeft=4;spacingRight=4;overflow=hidden;points=[[0,0.5],[1,0.5]];portConstraint=eastwest;rotatable=0;whiteSpace=wrap;html=1;" vertex="1" parent="10">
+                 <mxCell id="13" value="signUp()" style="text;strokeColor=none;fillColor=none;align=left;verticalAlign=middle;spacingLeft=4;spacingRight=4;overflow=hidden;points=[[0,0.5],[1,0.5]];portConstraint=eastwest;rotatable=0;whiteSpace=wrap;html=1;" parent="10" vertex="1">
                    <mxGeometry y="90" width="190" height="30" as="geometry"/>
                </mxCell>
-                 <mxCell id="15" value="refreshLoginToken()" style="text;strokeColor=none;fillColor=none;align=left;verticalAlign=middle;spacingLeft=4;spacingRight=4;overflow=hidden;points=[[0,0.5],[1,0.5]];portConstraint=eastwest;rotatable=0;whiteSpace=wrap;html=1;" vertex="1" parent="10">
+                 <mxCell id="15" value="refreshLoginToken()" style="text;strokeColor=none;fillColor=none;align=left;verticalAlign=middle;spacingLeft=4;spacingRight=4;overflow=hidden;points=[[0,0.5],[1,0.5]];portConstraint=eastwest;rotatable=0;whiteSpace=wrap;html=1;" parent="10" vertex="1">
                    <mxGeometry y="120" width="190" height="30" as="geometry"/>
                </mxCell>
-                 <mxCell id="20" style="edgeStyle=none;html=1;entryX=0.5;entryY=0;entryDx=0;entryDy=0;" edge="1" parent="1" source="19" target="10">
+                 <mxCell id="20" style="edgeStyle=none;html=1;entryX=0.5;entryY=0;entryDx=0;entryDy=0;" parent="1" source="19" target="10" edge="1">
                    <mxGeometry relative="1" as="geometry">
                        <Array as="points">
                            <mxPoint x="-1375" y="-1610"/>
                        </Array>
                    </mxGeometry>
                </mxCell>
            </root>
        </mxGraphModel>
    </diagram>
    <diagram id="mR_OY0SdPoMUUEQN0vEY" name="Page-2">
        <mxGraphModel dx="1513" dy="866" grid="1" gridSize="10" guides="1" tooltips="1" connect="1" arrows="1" fold="1" page="1" pageScale="1" pageWidth="850" pageHeight="1100" math="0" shadow="0">
            <root>
                <mxCell id="0"/>
                <mxCell id="1" parent="0"/>
            </root>
        </mxGraphModel>
    </diagram>
</mxfile>